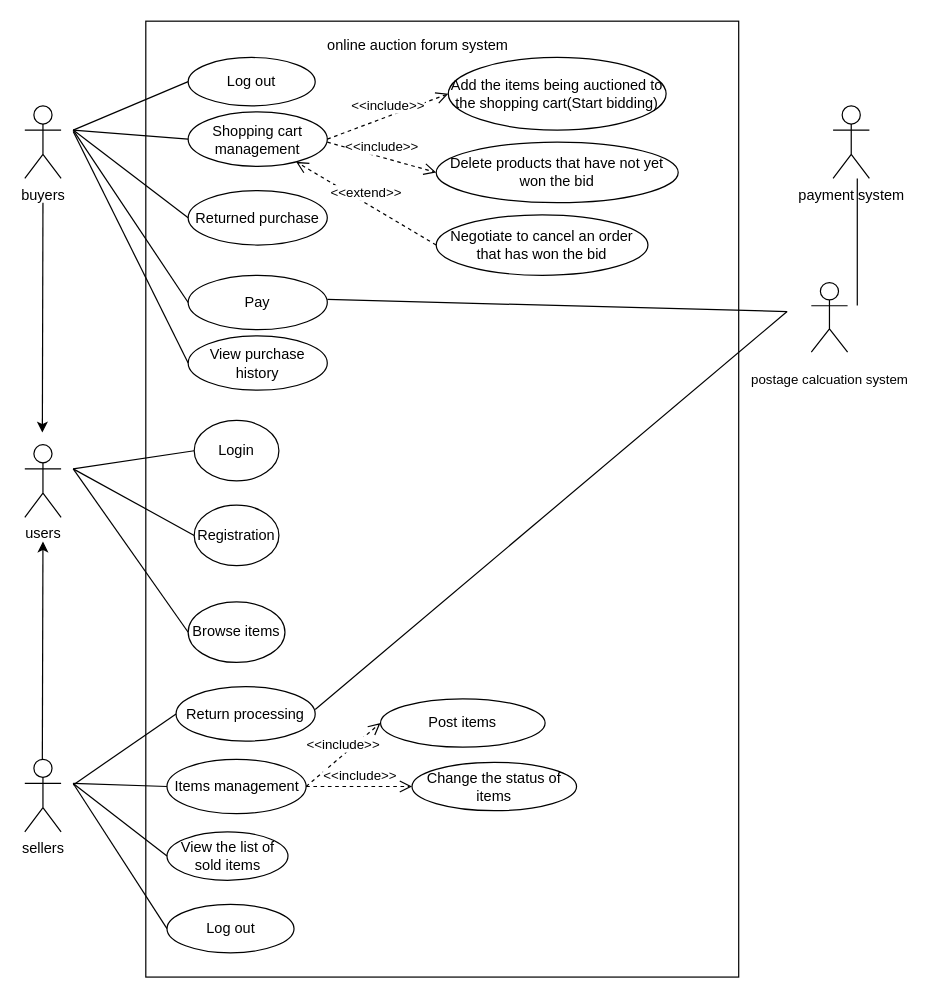
Before: Untitled Diagram.drawio in impulseoy/learnGit, a draw.io diagram. Source tidied: cells renumbered, new cells numbered last; positions are measured from the earlier drawing's top-left corner, leaving out a move shared by most shapes. Both pictures are drawn from the tidied source at 121%, with x=0, y=0 at pixel (24, 21).
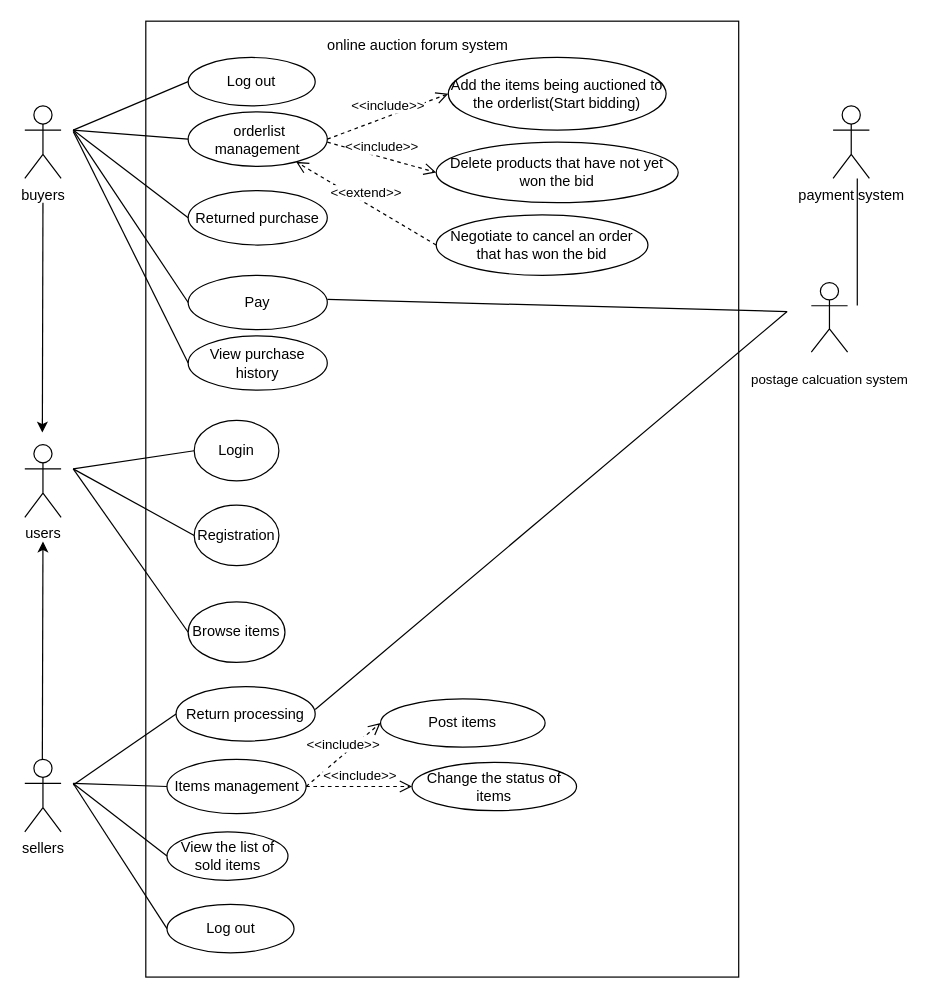
The same diagram, later.

The edit, as a diff of the source:
```diff
@@
-    <mxCell id="15" value="Shopping cart management" style="ellipse;whiteSpace=wrap;html=1;" parent="1" vertex="1">
+    <mxCell id="15" value="&amp;nbsp;orderlist&lt;br&gt;management" style="ellipse;whiteSpace=wrap;html=1;" parent="1" vertex="1">
       <mxGeometry x="135" y="75" width="115" height="45" as="geometry" />
     </mxCell>
@@
-    <mxCell id="18" value="Add the items being auctioned to the shopping cart(Start bidding)" style="ellipse;whiteSpace=wrap;html=1;" parent="1" vertex="1">
+    <mxCell id="18" value="Add the items being auctioned to the orderlist(Start bidding)" style="ellipse;whiteSpace=wrap;html=1;" parent="1" vertex="1">
       <mxGeometry x="350" y="30" width="180" height="60" as="geometry" />
     </mxCell>
```
